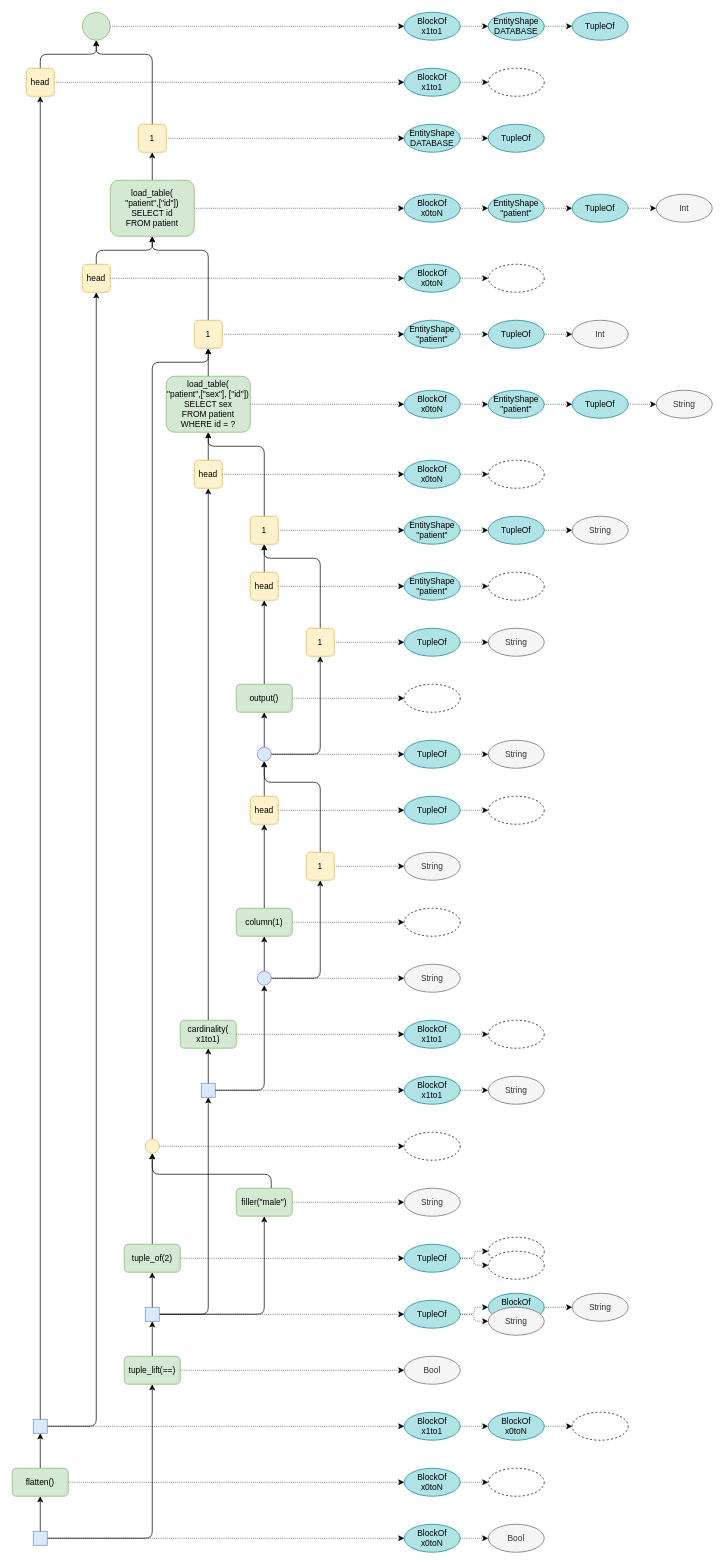
This is page 6 of 7 of sql-tracing.drawio from rbt-lang/diagrams, a draw.io file, before an edit. Source tidied: cells renumbered, new cells numbered last; positions are measured from the earlier drawing's top-left corner, leaving out a move shared by most shapes. Both pictures are drawn from the tidied source at 70%, with x=0, y=0 at pixel (12, 12).
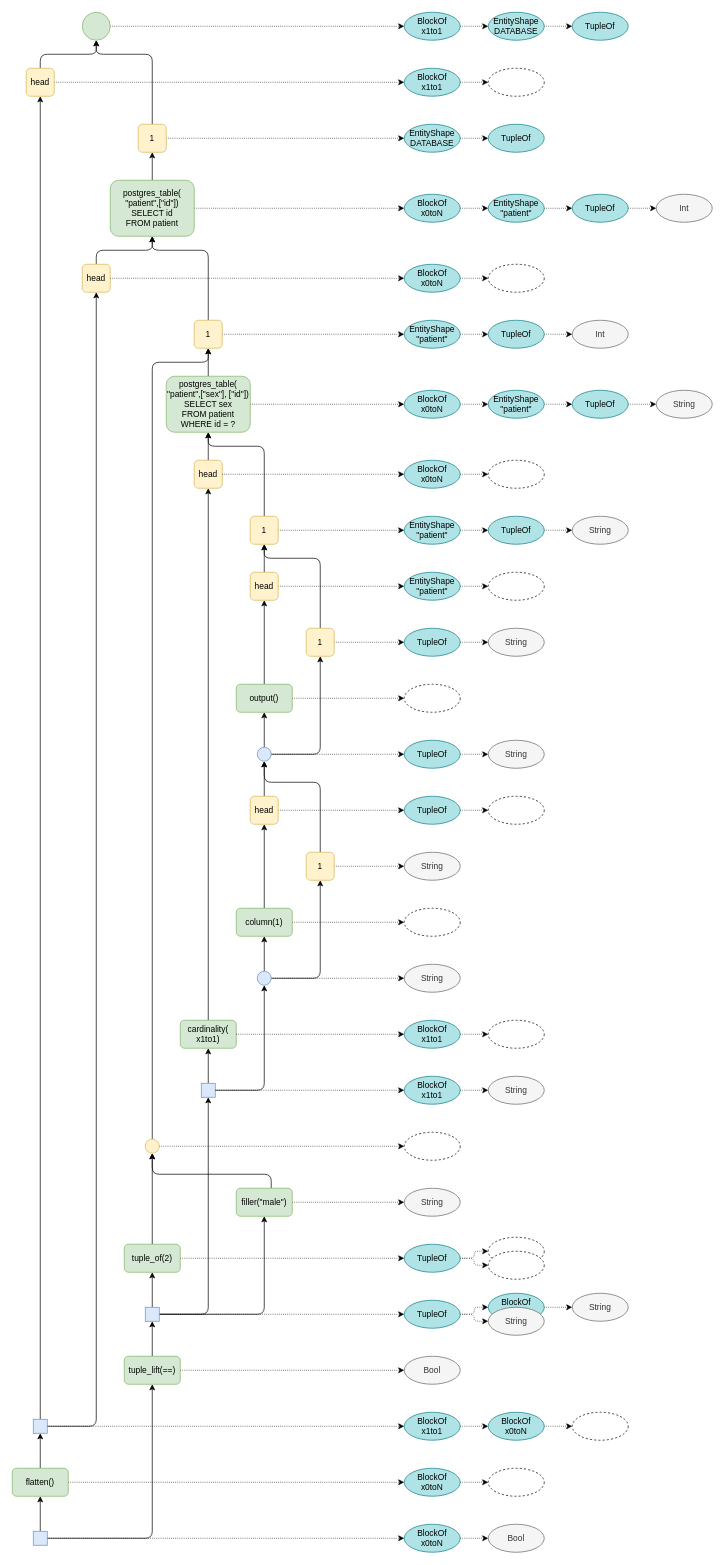
The same page after the edit.

The edit, as a diff of the source:
```diff
@@
-    <mxCell id="112" value="load_table(&lt;br&gt;&quot;patient&quot;,[&quot;sex&quot;], [&quot;id&quot;])&lt;br&gt;SELECT sex&lt;br&gt;FROM patient&lt;br&gt;WHERE id = ?" style="rounded=1;whiteSpace=wrap;html=1;fillColor=#d5e8d4;strokeColor=#82b366;" parent="1" vertex="1">
+    <mxCell id="112" value="postgres_table(&lt;br&gt;&quot;patient&quot;,[&quot;sex&quot;], [&quot;id&quot;])&lt;br&gt;SELECT sex&lt;br&gt;FROM patient&lt;br&gt;WHERE id = ?" style="rounded=1;whiteSpace=wrap;html=1;fillColor=#d5e8d4;strokeColor=#82b366;" parent="1" vertex="1">
       <mxGeometry x="220" y="520" width="120" height="80" as="geometry" />
     </mxCell>
@@
-    <mxCell id="147" value="load_table(&lt;br&gt;&quot;patient&quot;,[&quot;id&quot;])&lt;br&gt;SELECT id&lt;br&gt;FROM patient" style="rounded=1;whiteSpace=wrap;html=1;fillColor=#d5e8d4;strokeColor=#82b366;" parent="1" vertex="1">
+    <mxCell id="147" value="postgres_table(&lt;br&gt;&quot;patient&quot;,[&quot;id&quot;])&lt;br&gt;SELECT id&lt;br&gt;FROM patient" style="rounded=1;whiteSpace=wrap;html=1;fillColor=#d5e8d4;strokeColor=#82b366;" parent="1" vertex="1">
       <mxGeometry x="140" y="240" width="120" height="80" as="geometry" />
     </mxCell>
```
